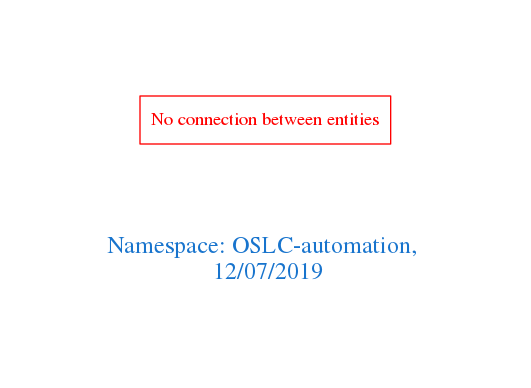
Before: downloads/OSLC-automation.png, a diagram exported from Graphviz (arago/OGIT). Its source is kept beside it as downloads/OSLC-automation.dot.
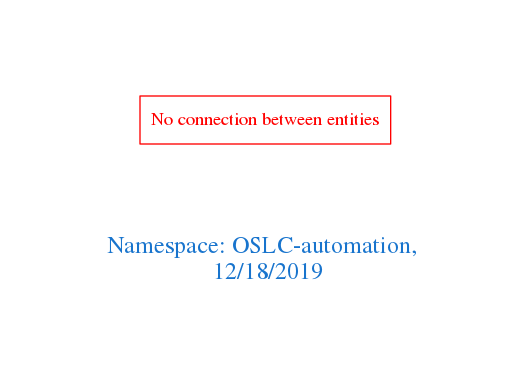
The same file after the commit.

The edit, as a diff of the source:
```diff
@@ -1,7 +1,7 @@
 digraph OGIT_ontology {
  graph [ rankdir= LR,pad=1
 fontsize = 18,
-fontcolor= dodgerblue3,label = "\n\n\nNamespace: OSLC-automation, \n 12/07/2019"];
+fontcolor= dodgerblue3,label = "\n\n\nNamespace: OSLC-automation, \n 12/18/2019"];
 node[shape=polygon];
 edge [  color="gray81"];
 
```
